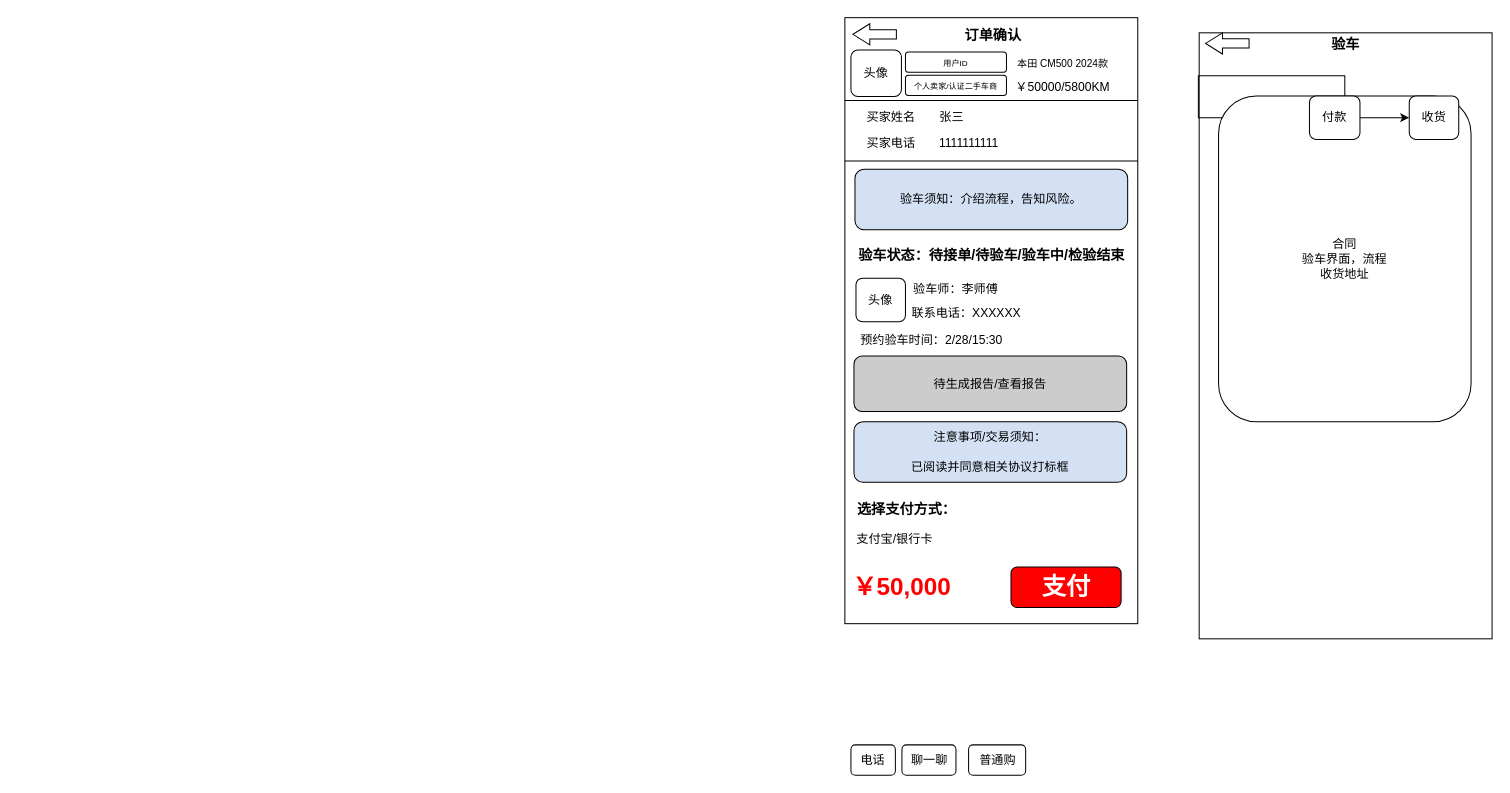
The draw.io diagram page "安心购" (3 of 4) of 下单页.drawio in MoWan-inc/sketch, before the edit. Source tidied: cells renumbered, new cells numbered last; positions are measured from the earlier drawing's top-left corner, leaving out a move shared by most shapes. Both pictures are drawn from the tidied source at 101%, with x=0, y=0 at pixel (825, 17).
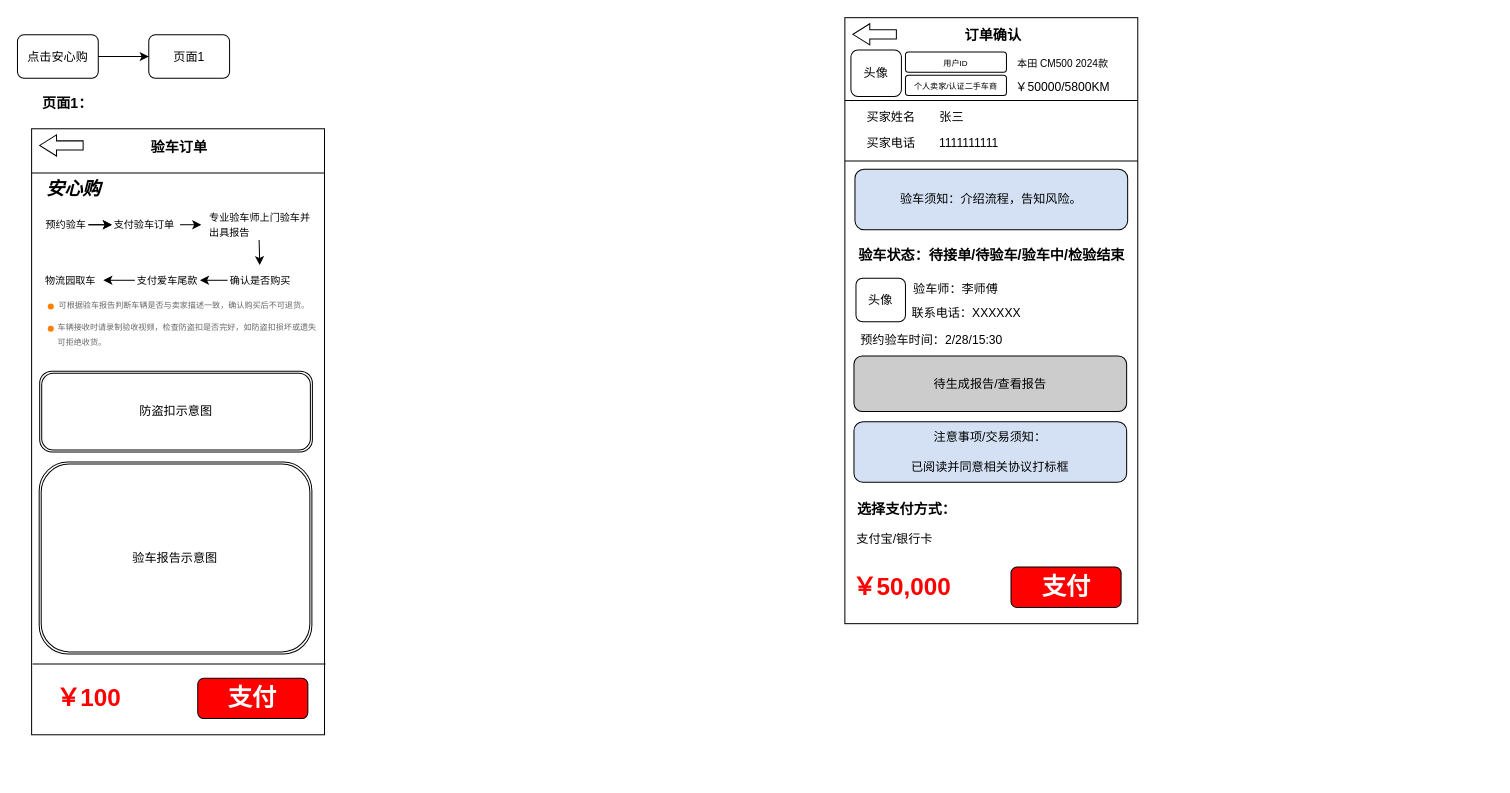
Above is the later version.

Commit message:
更新下单页.drawio

Diff of the diagram source:
```diff
@@
     <mxCell id="12" value="&lt;font style=&quot;font-size: 12px;&quot;&gt;验车师：李师傅&lt;/font&gt;" style="text;strokeColor=none;align=center;fillColor=none;html=1;verticalAlign=middle;whiteSpace=wrap;rounded=0;" parent="1" vertex="1">
-      <mxGeometry x="84.2" y="254" width="89.5" height="30" as="geometry" />
+      <mxGeometry x="84.3" y="254" width="89.5" height="30" as="geometry" />
     </mxCell>
@@
-    <mxCell id="14" value="电话" style="rounded=1;whiteSpace=wrap;html=1;" parent="1" vertex="1">
-      <mxGeometry x="25" y="720" width="44" height="30" as="geometry" />
-    </mxCell>
-    <mxCell id="15" value="聊一聊" style="rounded=1;whiteSpace=wrap;html=1;" parent="1" vertex="1">
-      <mxGeometry x="75.5" y="720" width="53.5" height="30" as="geometry" />
-    </mxCell>
@@
-    <mxCell id="17" value="普通购" style="rounded=1;whiteSpace=wrap;html=1;" parent="1" vertex="1">
-      <mxGeometry x="141.5" y="720" width="56.5" height="30" as="geometry" />
-    </mxCell>
@@
-    <mxCell id="32" style="rounded=0;whiteSpace=wrap;html=1;" parent="1" vertex="1">
-      <mxGeometry x="369.8" y="15" width="290" height="600" as="geometry" />
-    </mxCell>
-    <mxCell id="33" style="html=1;shadow=0;dashed=0;align=center;verticalAlign=middle;shape=mxgraph.arrows2.arrow;dy=0.57;dx=16.67;flipH=1;notch=0;" parent="1" vertex="1">
-      <mxGeometry x="376.2" y="15" width="43" height="21" as="geometry" />
-    </mxCell>
-    <mxCell id="34" value="&lt;span style=&quot;font-size: 14px;&quot;&gt;&lt;b&gt;验车&lt;/b&gt;&lt;/span&gt;" style="whiteSpace=wrap;html=1;strokeColor=none;strokeWidth=1;" parent="1" vertex="1">
-      <mxGeometry x="451.8" y="18" width="126" height="18" as="geometry" />
-    </mxCell>
-    <mxCell id="35" style="edgeStyle=orthogonalEdgeStyle;rounded=0;jettySize=auto;html=1;entryX=0;entryY=0.5;entryDx=0;entryDy=0;" parent="1" edge="1" source="36" target="38">
-      <mxGeometry relative="1" as="geometry" />
-    </mxCell>
-    <mxCell id="36" value="合同&lt;div&gt;验车界面，流程&lt;/div&gt;&lt;div&gt;收货地址&lt;/div&gt;" style="rounded=1;whiteSpace=wrap;html=1;" parent="1" vertex="1">
-      <mxGeometry x="389" y="77.5" width="250" height="322.5" as="geometry" />
-    </mxCell>
@@
+    <mxCell id="40" style="edgeStyle=orthogonalEdgeStyle;rounded=0;jettySize=auto;html=1;" parent="1" edge="1" source="38">
+      <mxGeometry relative="1" as="geometry">
+        <mxPoint x="-640.2" y="38.5" as="targetPoint" />
+      </mxGeometry>
+    </mxCell>
-    <mxCell id="38" value="付款" style="rounded=1;whiteSpace=wrap;html=1;" parent="1" vertex="1">
-      <mxGeometry x="479" y="77.5" width="50" height="43" as="geometry" />
+    <mxCell id="38" value="点击安心购" style="rounded=1;whiteSpace=wrap;html=1;" parent="1" vertex="1">
+      <mxGeometry x="-800.2" y="17" width="80" height="43" as="geometry" />
     </mxCell>
-    <mxCell id="39" value="收货" style="rounded=1;whiteSpace=wrap;html=1;" parent="1" vertex="1">
-      <mxGeometry x="577.8" y="77.5" width="49" height="43" as="geometry" />
+    <mxCell id="39" value="页面1" style="rounded=1;whiteSpace=wrap;html=1;" parent="1" vertex="1">
+      <mxGeometry x="-670.2" y="17" width="80" height="43" as="geometry" />
     </mxCell>
+    <mxCell id="41" style="rounded=0;whiteSpace=wrap;html=1;" parent="1" vertex="1">
+      <mxGeometry x="-786.2" y="110" width="290" height="600" as="geometry" />
+    </mxCell>
+    <mxCell id="42" style="shape=flexArrow;endArrow=classic;html=1;rounded=0;" parent="1" edge="1">
+      <mxGeometry relative="1" as="geometry">
+        <mxPoint x="-616.2" y="360" as="sourcePoint" />
+        <mxPoint x="-616.2" y="360" as="targetPoint" />
+      </mxGeometry>
+    </mxCell>
+    <mxCell id="43" style="html=1;shadow=0;dashed=0;align=center;verticalAlign=middle;shape=mxgraph.arrows2.arrow;dy=0.57;dx=16.67;flipH=1;notch=0;" parent="1" vertex="1">
+      <mxGeometry x="-778.2" y="116" width="43" height="21" as="geometry" />
+    </mxCell>
+    <mxCell id="44" value="&lt;font style=&quot;font-size: 14px;&quot;&gt;&lt;b&gt;验车订单&lt;/b&gt;&lt;/font&gt;" style="whiteSpace=wrap;html=1;strokeColor=none;strokeWidth=1;" parent="1" vertex="1">
+      <mxGeometry x="-702.7" y="119" width="126" height="18" as="geometry" />
+    </mxCell>
+    <mxCell id="45" value="&lt;font style=&quot;font-size: 24px; color: rgb(255, 255, 255);&quot;&gt;&lt;b&gt;支付&lt;/b&gt;&lt;/font&gt;" style="rounded=1;whiteSpace=wrap;html=1;fillColor=light-dark(#FF0000,var(--ge-dark-color, #121212));" parent="1" vertex="1">
+      <mxGeometry x="-621.7" y="654" width="109" height="40" as="geometry" />
+    </mxCell>
+    <mxCell id="46" value="&lt;font style=&quot;font-size: 24px; color: rgb(255, 0, 0);&quot;&gt;&lt;b&gt;￥100&lt;/b&gt;&lt;/font&gt;" style="text;html=1;align=center;verticalAlign=middle;strokeColor=none;fillColor=none;" parent="1" vertex="1">
+      <mxGeometry x="-775.2" y="654" width="90" height="40" as="geometry" />
+    </mxCell>
+    <mxCell id="47" value="&lt;font style=&quot;font-size: 14px;&quot;&gt;&lt;b&gt;页面1：&lt;/b&gt;&lt;/font&gt;" style="text;html=1;align=center;verticalAlign=middle;strokeColor=none;fillColor=none;" parent="1" vertex="1">
+      <mxGeometry x="-786.2" y="70" width="70" height="30" as="geometry" />
+    </mxCell>
+    <mxCell id="48" value="&lt;b style=&quot;&quot;&gt;&lt;i style=&quot;&quot;&gt;&lt;font style=&quot;font-size: 18px;&quot;&gt;安心购&lt;/font&gt;&lt;/i&gt;&lt;/b&gt;" style="whiteSpace=wrap;html=1;strokeColor=none;strokeWidth=1;" parent="1" vertex="1">
+      <mxGeometry x="-778.7" y="155" width="68.5" height="30" as="geometry" />
+    </mxCell>
+    <mxCell id="49" style="edgeStyle=orthogonalEdgeStyle;rounded=0;jettySize=auto;html=1;" parent="1" edge="1" source="51" target="53">
+      <mxGeometry relative="1" as="geometry" />
+    </mxCell>
+    <mxCell id="50" style="edgeStyle=orthogonalEdgeStyle;rounded=0;jettySize=auto;html=1;" parent="1" edge="1" source="51" target="53">
+      <mxGeometry relative="1" as="geometry" />
+    </mxCell>
+    <mxCell id="51" value="&lt;font style=&quot;font-size: 10px;&quot;&gt;预约验车&lt;/font&gt;" style="whiteSpace=wrap;html=1;strokeColor=none;strokeWidth=1;" parent="1" vertex="1">
+      <mxGeometry x="-774.2" y="190" width="44" height="30" as="geometry" />
+    </mxCell>
+    <mxCell id="52" style="endArrow=classic;html=1;rounded=0;exitX=0.5;exitY=1;exitDx=0;exitDy=0;" parent="1" edge="1" source="54" target="56">
+      <mxGeometry relative="1" as="geometry" />
+    </mxCell>
+    <mxCell id="53" value="&lt;font style=&quot;font-size: 10px;&quot;&gt;支付验车订单&lt;/font&gt;" style="whiteSpace=wrap;html=1;strokeColor=none;strokeWidth=1;" parent="1" vertex="1">
+      <mxGeometry x="-706.7" y="190" width="64.5" height="30" as="geometry" />
+    </mxCell>
+    <mxCell id="54" value="&lt;font style=&quot;font-size: 10px;&quot;&gt;专业验车师上门验车并出具报告&lt;/font&gt;" style="whiteSpace=wrap;html=1;strokeColor=none;strokeWidth=1;align=left;" parent="1" vertex="1">
+      <mxGeometry x="-611.7" y="190" width="101.5" height="30" as="geometry" />
+    </mxCell>
+    <mxCell id="55" style="endArrow=classic;html=1;rounded=0;" parent="1" edge="1">
+      <mxGeometry relative="1" as="geometry">
+        <mxPoint x="-639.2" y="205" as="sourcePoint" />
+        <mxPoint x="-618.2" y="205" as="targetPoint" />
+      </mxGeometry>
+    </mxCell>
+    <mxCell id="56" value="&lt;font style=&quot;font-size: 10px;&quot;&gt;确认是否购买&lt;/font&gt;" style="whiteSpace=wrap;html=1;strokeColor=none;strokeWidth=1;" parent="1" vertex="1">
+      <mxGeometry x="-592.2" y="245" width="64.5" height="30" as="geometry" />
+    </mxCell>
+    <mxCell id="57" value="&lt;font style=&quot;font-size: 10px;&quot;&gt;支付爱车尾款&lt;/font&gt;" style="whiteSpace=wrap;html=1;strokeColor=none;strokeWidth=1;" parent="1" vertex="1">
+      <mxGeometry x="-684" y="245" width="64.5" height="30" as="geometry" />
+    </mxCell>
+    <mxCell id="58" style="endArrow=classic;html=1;rounded=0;exitX=0;exitY=0.5;exitDx=0;exitDy=0;entryX=1;entryY=0.5;entryDx=0;entryDy=0;" parent="1" edge="1" source="56" target="57">
+      <mxGeometry relative="1" as="geometry" />
+    </mxCell>
+    <mxCell id="59" value="&lt;span style=&quot;font-size: 10px;&quot;&gt;物流园取车&lt;/span&gt;" style="whiteSpace=wrap;html=1;strokeColor=none;strokeWidth=1;" parent="1" vertex="1">
+      <mxGeometry x="-779.7" y="245" width="64.5" height="30" as="geometry" />
+    </mxCell>
+    <mxCell id="60" style="endArrow=classic;html=1;rounded=0;entryX=1;entryY=0.5;entryDx=0;entryDy=0;exitX=0;exitY=0.5;exitDx=0;exitDy=0;" parent="1" edge="1" source="57" target="59">
+      <mxGeometry relative="1" as="geometry" />
+    </mxCell>
+    <mxCell id="61" style="shape=waypoint;sketch=0;fillStyle=solid;size=6;fillColor=#0066CC;perimeter=centerPerimeter;strokeColor=light-dark(#FF8000,#FFFFFF);" parent="1" vertex="1">
+      <mxGeometry x="-777.2" y="276" width="20" height="20" as="geometry" />
+    </mxCell>
+    <mxCell id="62" value="&lt;font style=&quot;font-size: 8px; color: rgb(102, 102, 102);&quot;&gt;可根据验车报告判断车辆是否与卖家描述一致，确认购买后不可退货。&lt;/font&gt;" style="whiteSpace=wrap;html=1;strokeColor=none;strokeWidth=1;align=left;" parent="1" vertex="1">
+      <mxGeometry x="-761" y="274" width="258.8" height="19" as="geometry" />
+    </mxCell>
+    <mxCell id="63" style="shape=waypoint;sketch=0;fillStyle=solid;size=6;fillColor=#0066CC;perimeter=centerPerimeter;strokeColor=light-dark(#FF8000,#FFFFFF);" parent="1" vertex="1">
+      <mxGeometry x="-777.2" y="298" width="20" height="20" as="geometry" />
+    </mxCell>
+    <mxCell id="64" value="&lt;font style=&quot;font-size: 8px; color: rgb(102, 102, 102);&quot;&gt;车辆接收时请录制验收视频，检查防盗扣是否完好，如防盗扣损坏或遗失可拒绝收货。&lt;/font&gt;" style="whiteSpace=wrap;html=1;strokeColor=none;strokeWidth=1;align=left;" parent="1" vertex="1">
+      <mxGeometry x="-762" y="300" width="258.8" height="26" as="geometry" />
+    </mxCell>
+    <mxCell id="65" value="防盗扣示意图" style="shape=ext;double=1;rounded=1;whiteSpace=wrap;html=1;" parent="1" vertex="1">
+      <mxGeometry x="-778.2" y="350" width="270" height="80" as="geometry" />
+    </mxCell>
+    <mxCell id="66" style="endArrow=none;html=1;rounded=0;" parent="1" edge="1">
+      <mxGeometry relative="1" as="geometry">
+        <mxPoint x="-786.2" y="153.9" as="sourcePoint" />
+        <mxPoint x="-496.2" y="153.9" as="targetPoint" />
+        <Array as="points">
+          <mxPoint x="-496.2" y="153.9" />
+        </Array>
+      </mxGeometry>
+    </mxCell>
+    <mxCell id="67" style="endArrow=none;html=1;rounded=0;" parent="1" edge="1">
+      <mxGeometry relative="1" as="geometry">
+        <mxPoint x="-785.2" y="640" as="sourcePoint" />
+        <mxPoint x="-495.2" y="640" as="targetPoint" />
+        <Array as="points">
+          <mxPoint x="-495.2" y="640" />
+        </Array>
+      </mxGeometry>
+    </mxCell>
+    <mxCell id="68" value="验车报告示意图" style="shape=ext;double=1;rounded=1;whiteSpace=wrap;html=1;" parent="1" vertex="1">
+      <mxGeometry x="-778.7" y="440" width="270" height="190" as="geometry" />
+    </mxCell>
```
